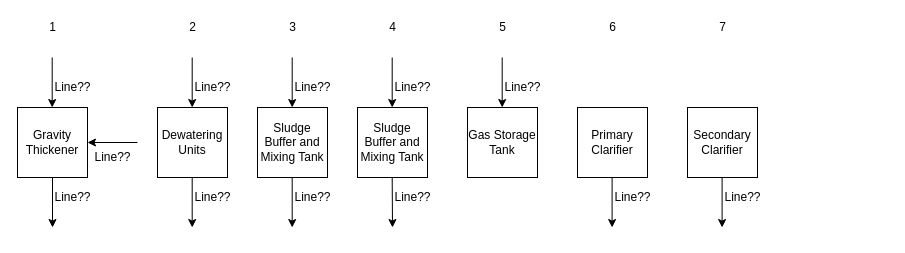
Earlier version of the draw.io diagram Unit1.drawio (aycatoksoy/MBSludgeLine). Source tidied: cells renumbered, new cells numbered last; positions are measured from the earlier drawing's top-left corner, leaving out a move shared by most shapes. Both pictures are drawn from the tidied source at 100%, with x=0, y=0 at pixel (17, 17).
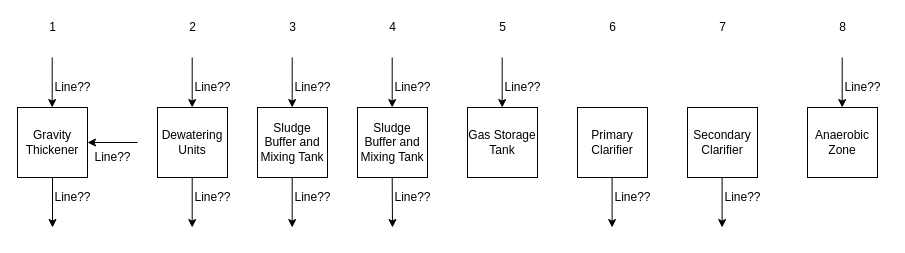
After the change.

Change to the diagram source:
```diff
@@
+    <mxCell id="40" style="endArrow=classic;html=1;rounded=0;exitX=0.75;exitY=1;exitDx=0;exitDy=0;" parent="1" edge="1">
+      <mxGeometry relative="1" as="geometry">
+        <mxPoint x="824.7" y="40" as="sourcePoint" />
+        <mxPoint x="824.7" y="90" as="targetPoint" />
+      </mxGeometry>
+    </mxCell>
+    <mxCell id="41" value="Line??" style="text;html=1;align=center;verticalAlign=middle;strokeColor=none;fillColor=none;" parent="1" vertex="1">
+      <mxGeometry x="820" y="60" width="50" height="20" as="geometry" />
+    </mxCell>
+    <mxCell id="42" value="8" style="text;html=1;align=center;verticalAlign=middle;strokeColor=none;fillColor=none;" parent="1" vertex="1">
+      <mxGeometry x="815" width="20" height="20" as="geometry" />
+    </mxCell>
+    <mxCell id="43" value="Anaerobic Zone" style="whiteSpace=wrap;html=1;" parent="1" vertex="1">
+      <mxGeometry x="790" y="90" width="70" height="70" as="geometry" />
+    </mxCell>
```
